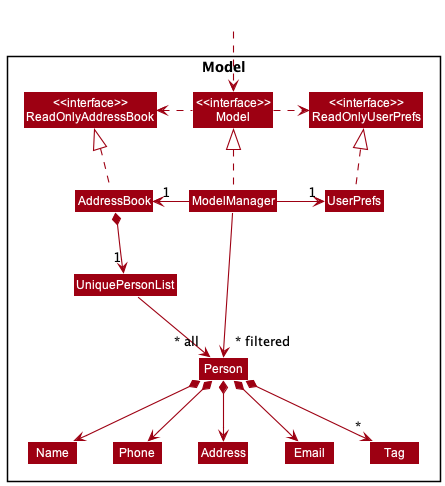
nus-cs2103-AY2223S1/tp keeps this PlantUML diagram as docs/images/ModelClassDiagram.png. Above is the earlier version.
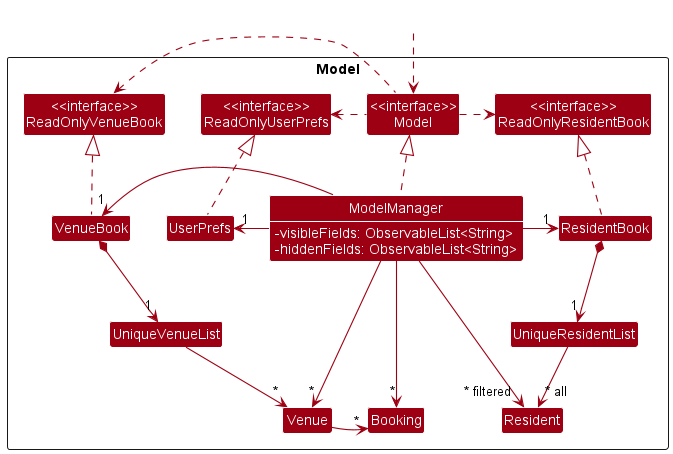
The same file after the commit.

Commit message:
Update image and diagram assets for DG

The edit, as a diff of the source:
```diff
@@ -3,48 +3,53 @@
 skinparam arrowThickness 1.1
 skinparam arrowColor MODEL_COLOR
 skinparam classBackgroundColor MODEL_COLOR
+skinparam classAttributeIconSize 0
 
 Package Model <<Rectangle>>{
-Class "<<interface>>\nReadOnlyAddressBook" as ReadOnlyAddressBook
+Class "<<interface>>\nReadOnlyResidentBook" as ReadOnlyResidentBook
+Class "<<interface>>\nReadOnlyVenueBook" as ReadOnlyVenueBook
 Class "<<interface>>\nReadOnlyUserPrefs" as ReadOnlyUserPrefs
 Class "<<interface>>\nModel" as Model
-Class AddressBook
-Class ModelManager
+Class ResidentBook
+Class ModelManager {
+- visibleFields: ObservableList<String>
+- hiddenFields: ObservableList<String>
+}
 Class UserPrefs
-
-Class UniquePersonList
-Class Person
-Class Address
-Class Email
-Class Name
-Class Phone
-Class Tag
-
+Class UniqueResidentList
+Class VenueBook
+Class Booking
+Class Venue
+Class Resident
+Class UniqueVenueList
 }
 
 Class HiddenOutside #FFFFFF
 HiddenOutside ..> Model
 
-AddressBook .up.|> ReadOnlyAddressBook
-
+VenueBook .up.|> ReadOnlyVenueBook
+ResidentBook .up.|> ReadOnlyResidentBook
 ModelManager .up.|> Model
-Model .right.> ReadOnlyUserPrefs
-Model .left.> ReadOnlyAddressBook
-ModelManager -left-> "1" AddressBook
-ModelManager -right-> "1" UserPrefs
 UserPrefs .up.|> ReadOnlyUserPrefs
 
-AddressBook *--> "1" UniquePersonList
-UniquePersonList --> "~* all" Person
-Person *--> Name
-Person *--> Phone
-Person *--> Email
-Person *--> Address
-Person *--> "*" Tag
+Model .left.> ReadOnlyUserPrefs
+Model .right.> ReadOnlyResidentBook
+Model .left.> ReadOnlyVenueBook
+ModelManager -right-> "1" ResidentBook
+ModelManager -left-> "1" UserPrefs
+ModelManager --> "~*" Venue
+ModelManager --> "~*" Booking
+ModelManager --> " 1" VenueBook
 
-Name -[hidden]right-> Phone
-Phone -[hidden]right-> Address
-Address -[hidden]right-> Email
+ResidentBook *--> "1" UniqueResidentList
+UniqueResidentList --> "~* all" Resident
+ModelManager --> "~* filtered" Resident
+VenueBook *--> "1" UniqueVenueList
+UniqueVenueList --> "~*" Venue
+Venue --> "~*" Booking
 
-ModelManager -->"~* filtered" Person
+VenueBook -[hidden]right-> UserPrefs
+VenueBook -[hidden]right-> ModelManager
+Venue -[hidden]right-> Booking
+
 @enduml
```
